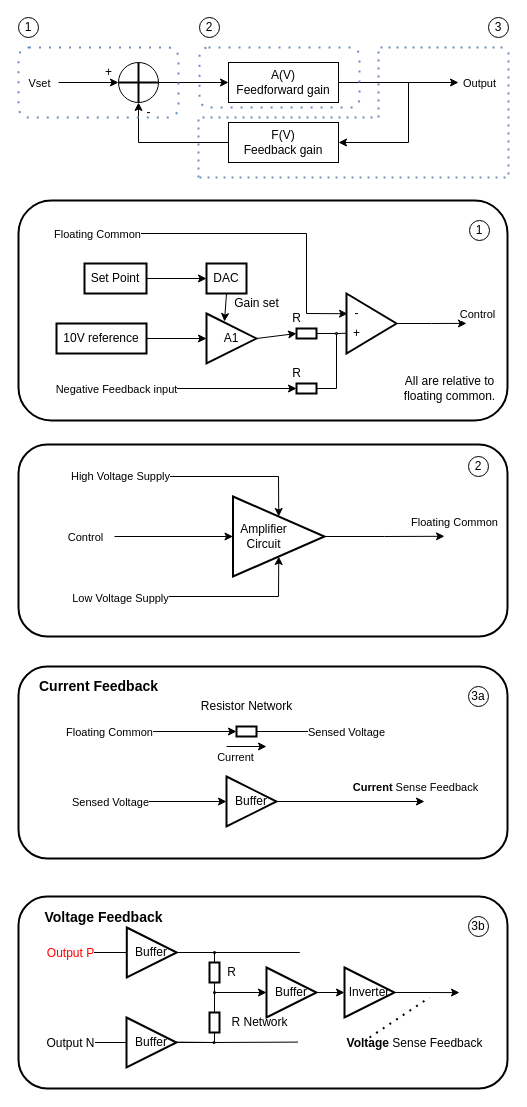
This is 18/6.drawio from ONLYA/blog_resources, a draw.io file, before an edit. Source tidied: cells renumbered, new cells numbered last; positions are measured from the earlier drawing's top-left corner, leaving out a move shared by most shapes. Both pictures are drawn from the tidied source at 100%, with x=0, y=0 at pixel (18, 17).
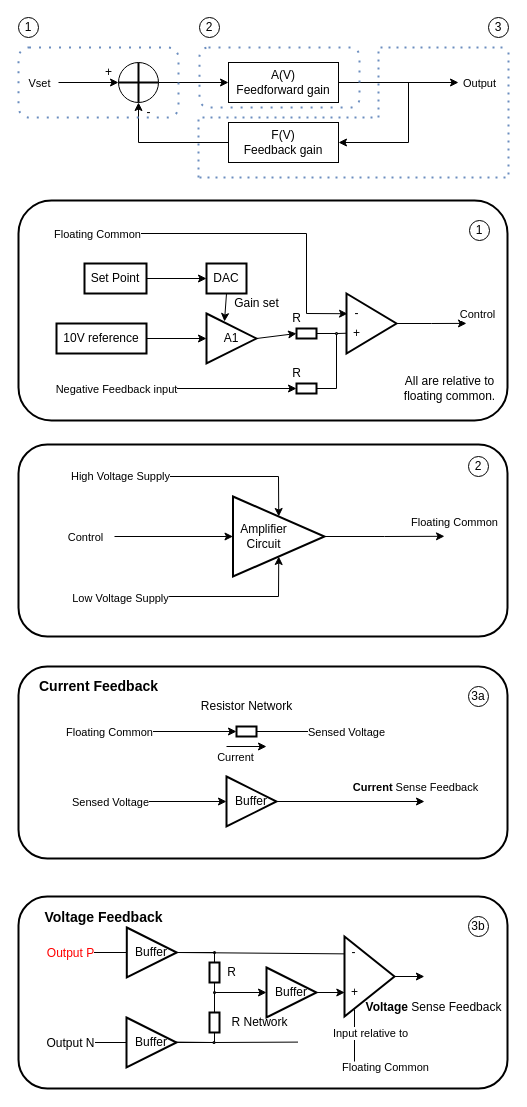
The same page after the edit.

The change refers to these unchanged cells:
```xml
<mxCell id="2" style="rounded=1;whiteSpace=wrap;html=1;strokeWidth=2;fillColor=none;" parent="1" vertex="1">
  <mxGeometry y="879" width="489" height="192" as="geometry" />
</mxCell>
<mxCell id="88" value="Buffer" style="triangle;whiteSpace=wrap;html=1;strokeWidth=2;fillColor=none;" parent="1" vertex="1">
  <mxGeometry x="108.3" y="910" width="50" height="50" as="geometry" />
</mxCell>
<mxCell id="105" value="Buffer" style="triangle;whiteSpace=wrap;html=1;strokeWidth=2;fillColor=none;" parent="1" vertex="1">
  <mxGeometry x="248" y="950" width="50" height="50" as="geometry" />
</mxCell>
```

Diff of the diagram source:
```diff
@@
-    <mxCell id="90" style="endArrow=none;html=1;rounded=0;fontSize=12;fontColor=#000000;strokeColor=#000000;strokeWidth=1;exitX=1;exitY=0.5;exitDx=0;exitDy=0;" parent="1" edge="1" source="88">
-      <mxGeometry relative="1" as="geometry">
-        <mxPoint x="281.3" y="935" as="targetPoint" />
-      </mxGeometry>
+    <mxCell id="90" style="endArrow=none;html=1;rounded=0;fontSize=12;fontColor=#000000;strokeColor=#000000;strokeWidth=1;exitX=1;exitY=0.5;exitDx=0;exitDy=0;entryX=-0.009;entryY=0.217;entryDx=0;entryDy=0;entryPerimeter=0;" parent="1" edge="1" source="88" target="111">
+      <mxGeometry relative="1" as="geometry" />
     </mxCell>
@@
-    <mxCell id="104" style="edgeStyle=orthogonalEdgeStyle;rounded=0;jettySize=auto;html=1;exitX=1;exitY=0.5;exitDx=0;exitDy=0;entryX=0;entryY=0.5;entryDx=0;entryDy=0;fontSize=12;fontColor=#000000;strokeColor=#000000;strokeWidth=1;" parent="1" edge="1" source="105" target="111">
-      <mxGeometry relative="1" as="geometry" />
-    </mxCell>
+    <mxCell id="115" style="edgeStyle=orthogonalEdgeStyle;rounded=0;jettySize=auto;html=1;exitX=1;exitY=0.5;exitDx=0;exitDy=0;entryX=0.014;entryY=0.506;entryDx=0;entryDy=0;entryPerimeter=0;" parent="1" edge="1" source="105" target="118">
+      <mxGeometry relative="1" as="geometry" />
+    </mxCell>
@@
-    <mxCell id="109" style="edgeStyle=orthogonalEdgeStyle;rounded=0;jettySize=auto;html=1;exitX=1;exitY=0.5;exitDx=0;exitDy=0;fontSize=12;fontColor=#000000;strokeColor=#000000;strokeWidth=1;" parent="1" edge="1" source="111">
-      <mxGeometry relative="1" as="geometry">
-        <mxPoint x="441" y="975.1" as="targetPoint" />
-      </mxGeometry>
-    </mxCell>
-    <mxCell id="110" value="&lt;b&gt;Voltage&lt;/b&gt; Sense Feedback" style="edgeLabel;html=1;align=center;verticalAlign=middle;fontSize=12;fontColor=#000000;" parent="109" vertex="1">
-      <mxGeometry x="-0.24" y="-1" relative="1" as="geometry">
-        <mxPoint x="-6" y="49" as="offset" />
-      </mxGeometry>
-    </mxCell>
+    <mxCell id="116" style="edgeStyle=orthogonalEdgeStyle;rounded=0;jettySize=auto;html=1;exitX=1;exitY=0.5;exitDx=0;exitDy=0;entryX=0.83;entryY=0.417;entryDx=0;entryDy=0;entryPerimeter=0;" parent="1" edge="1" source="111" target="2">
+      <mxGeometry relative="1" as="geometry" />
+    </mxCell>
-    <mxCell id="111" value="Inverter" style="triangle;whiteSpace=wrap;html=1;strokeWidth=2;fillColor=none;" parent="1" vertex="1">
-      <mxGeometry x="326" y="950" width="50" height="50" as="geometry" />
+    <mxCell id="111" style="triangle;whiteSpace=wrap;html=1;strokeWidth=2;fillColor=none;" parent="1" vertex="1">
+      <mxGeometry x="326" y="919" width="50" height="80" as="geometry" />
     </mxCell>
-    <mxCell id="112" style="endArrow=none;dashed=1;html=1;dashPattern=1 3;strokeWidth=2;rounded=0;fontSize=12;fontColor=#000000;" parent="1" edge="1">
-      <mxGeometry relative="1" as="geometry">
-        <mxPoint x="351" y="1020" as="sourcePoint" />
-        <mxPoint x="411" y="980" as="targetPoint" />
-      </mxGeometry>
-    </mxCell>
@@
+    <mxCell id="117" value="-" style="text;html=1;align=center;verticalAlign=middle;strokeColor=none;fillColor=none;" parent="1" vertex="1">
+      <mxGeometry x="325" y="925" width="20" height="20" as="geometry" />
+    </mxCell>
+    <mxCell id="118" value="+" style="text;html=1;align=center;verticalAlign=middle;points=[];strokeColor=none;fillColor=none;" parent="1" vertex="1">
+      <mxGeometry x="326" y="965" width="20" height="20" as="geometry" />
+    </mxCell>
+    <mxCell id="110" value="&lt;b&gt;Voltage&lt;/b&gt; Sense Feedback" style="text;html=1;align=center;verticalAlign=middle;strokeColor=none;fillColor=none;" parent="1" vertex="1">
+      <mxGeometry x="340" y="980" width="150" height="20" as="geometry" />
+    </mxCell>
+    <mxCell id="119" value="Floating Common" style="edgeLabel;html=1;align=center;verticalAlign=middle;" parent="1" vertex="1">
+      <mxGeometry x="366" y="1049" as="geometry" />
+    </mxCell>
+    <mxCell id="120" style="endArrow=none;html=1;rounded=0;" parent="1" edge="1">
+      <mxGeometry relative="1" as="geometry">
+        <mxPoint x="336" y="1044" as="sourcePoint" />
+        <mxPoint x="336" y="992" as="targetPoint" />
+      </mxGeometry>
+    </mxCell>
+    <mxCell id="121" value="Input relative to" style="edgeLabel;html=1;align=center;verticalAlign=middle;" parent="120" vertex="1">
+      <mxGeometry x="-0.35" relative="1" as="geometry">
+        <mxPoint x="15" y="-12" as="offset" />
+      </mxGeometry>
+    </mxCell>
```
